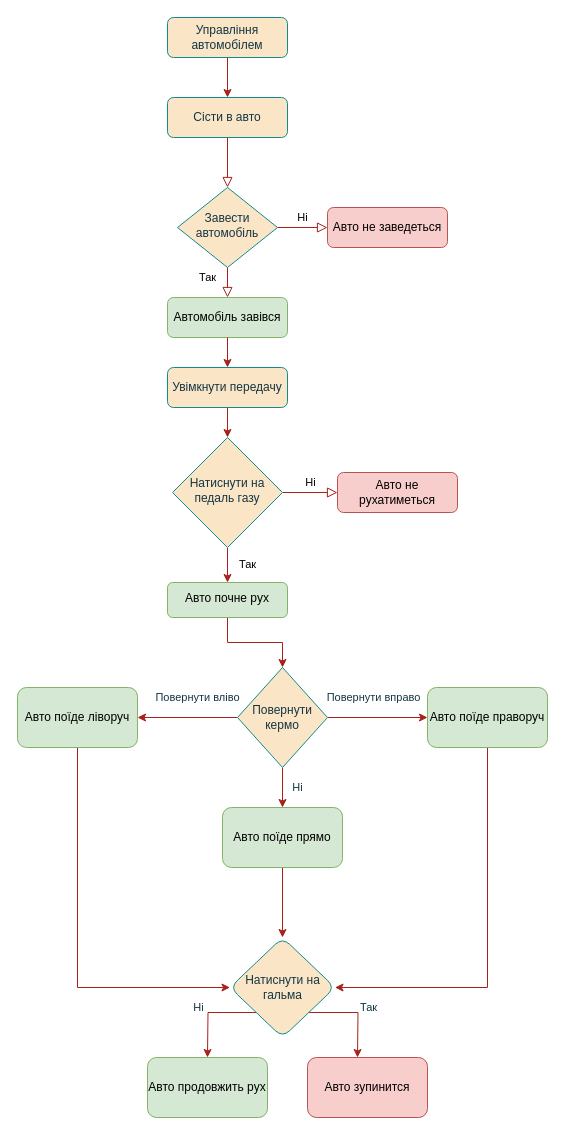
The draw.io diagram DZ/Chastyna1/Modul1/Zav1_Block_diagram.drawio in EddieEdisonTUT/PythonRep, before the edit. Source tidied: cells renumbered, new cells numbered last; positions are measured from the earlier drawing's top-left corner, leaving out a move shared by most shapes. Both pictures are drawn from the tidied source at 100%, with x=0, y=0 at pixel (17, 17).
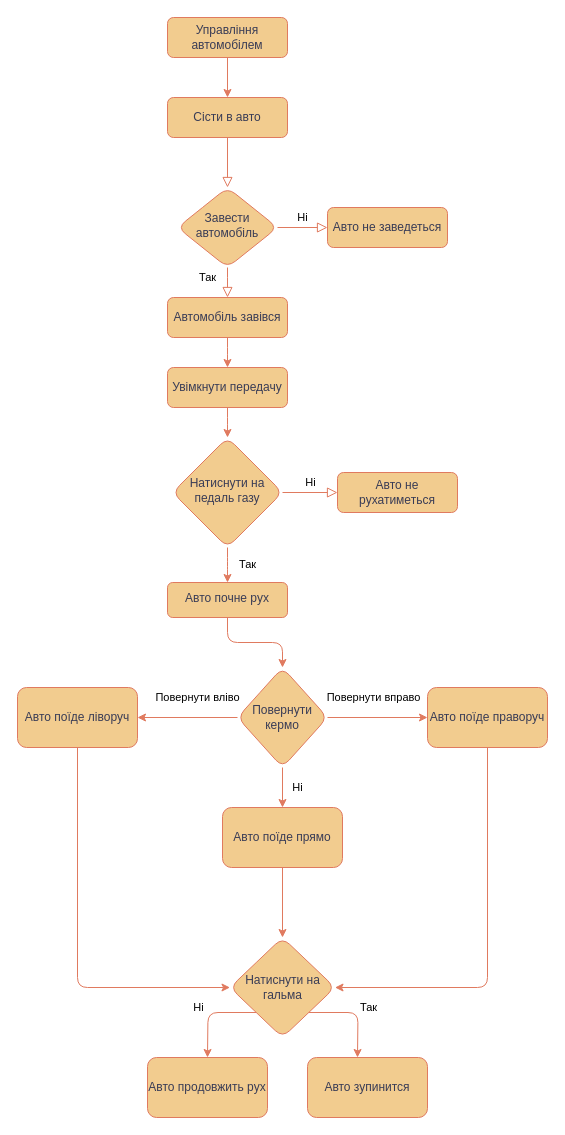
Above is the later version.

Diff of the diagram source:
```diff
@@
-    <mxCell id="2" style="rounded=0;html=1;jettySize=auto;fontSize=11;endArrow=block;endFill=0;endSize=8;strokeWidth=1;shadow=0;labelBackgroundColor=none;edgeStyle=orthogonalEdgeStyle;strokeColor=#A8201A;fontColor=default;" parent="1" edge="1" source="3" target="6">
+    <mxCell id="2" style="rounded=1;html=1;jettySize=auto;fontSize=11;endArrow=block;endFill=0;endSize=8;strokeWidth=1;shadow=0;labelBackgroundColor=none;edgeStyle=orthogonalEdgeStyle;fontColor=default;strokeColor=#E07A5F;" parent="1" edge="1" source="3" target="6">
       <mxGeometry relative="1" as="geometry" />
     </mxCell>
-    <mxCell id="3" value="Сісти в авто" style="rounded=1;whiteSpace=wrap;html=1;fontSize=12;glass=0;strokeWidth=1;shadow=0;labelBackgroundColor=none;fillColor=#FAE5C7;strokeColor=#0F8B8D;fontColor=#143642;" parent="1" vertex="1">
+    <mxCell id="3" value="Сісти в авто" style="rounded=1;whiteSpace=wrap;html=1;fontSize=12;glass=0;strokeWidth=1;shadow=0;labelBackgroundColor=none;fillColor=#F2CC8F;strokeColor=#E07A5F;fontColor=#393C56;" parent="1" vertex="1">
       <mxGeometry x="150" y="80" width="120" height="40" as="geometry" />
     </mxCell>
-    <mxCell id="4" value="Так" style="rounded=0;html=1;jettySize=auto;fontSize=11;endArrow=block;endFill=0;endSize=8;strokeWidth=1;shadow=0;labelBackgroundColor=none;edgeStyle=orthogonalEdgeStyle;entryX=0.5;entryY=0;entryDx=0;entryDy=0;strokeColor=#A8201A;fontColor=default;" parent="1" edge="1" source="6" target="12">
+    <mxCell id="4" value="Так" style="rounded=1;html=1;jettySize=auto;fontSize=11;endArrow=block;endFill=0;endSize=8;strokeWidth=1;shadow=0;labelBackgroundColor=none;edgeStyle=orthogonalEdgeStyle;entryX=0.5;entryY=0;entryDx=0;entryDy=0;fontColor=default;strokeColor=#E07A5F;" parent="1" edge="1" source="6" target="12">
       <mxGeometry x="0.2" y="-20" relative="1" as="geometry" />
     </mxCell>
-    <mxCell id="5" value="Ні" style="edgeStyle=orthogonalEdgeStyle;rounded=0;html=1;jettySize=auto;fontSize=11;endArrow=block;endFill=0;endSize=8;strokeWidth=1;shadow=0;labelBackgroundColor=none;strokeColor=#A8201A;fontColor=default;" parent="1" edge="1" source="6" target="7">
+    <mxCell id="5" value="Ні" style="edgeStyle=orthogonalEdgeStyle;rounded=1;html=1;jettySize=auto;fontSize=11;endArrow=block;endFill=0;endSize=8;strokeWidth=1;shadow=0;labelBackgroundColor=none;fontColor=default;strokeColor=#E07A5F;" parent="1" edge="1" source="6" target="7">
       <mxGeometry y="10" relative="1" as="geometry" />
     </mxCell>
-    <mxCell id="6" value="Завести автомобіль" style="rhombus;whiteSpace=wrap;html=1;shadow=0;fontFamily=Helvetica;fontSize=12;align=center;strokeWidth=1;spacing=6;spacingTop=-4;labelBackgroundColor=none;fillColor=#FAE5C7;strokeColor=#0F8B8D;fontColor=#143642;" parent="1" vertex="1">
+    <mxCell id="6" value="Завести автомобіль" style="rhombus;whiteSpace=wrap;html=1;shadow=0;fontFamily=Helvetica;fontSize=12;align=center;strokeWidth=1;spacing=6;spacingTop=-4;labelBackgroundColor=none;rounded=1;fillColor=#F2CC8F;strokeColor=#E07A5F;fontColor=#393C56;" parent="1" vertex="1">
       <mxGeometry x="160" y="170" width="100" height="80" as="geometry" />
     </mxCell>
-    <mxCell id="7" value="Авто не заведеться" style="rounded=1;whiteSpace=wrap;html=1;fontSize=12;glass=0;strokeWidth=1;shadow=0;labelBackgroundColor=none;fillColor=#f8cecc;strokeColor=#b85450;" parent="1" vertex="1">
+    <mxCell id="7" value="Авто не заведеться" style="rounded=1;whiteSpace=wrap;html=1;fontSize=12;glass=0;strokeWidth=1;shadow=0;labelBackgroundColor=none;fillColor=#F2CC8F;strokeColor=#E07A5F;fontColor=#393C56;" parent="1" vertex="1">
       <mxGeometry x="310" y="190" width="120" height="40" as="geometry" />
     </mxCell>
-    <mxCell id="8" value="Ні" style="edgeStyle=orthogonalEdgeStyle;rounded=0;html=1;jettySize=auto;fontSize=11;endArrow=block;endFill=0;endSize=8;strokeWidth=1;shadow=0;labelBackgroundColor=none;strokeColor=#A8201A;fontColor=default;" parent="1" edge="1" source="10" target="13">
+    <mxCell id="8" value="Ні" style="edgeStyle=orthogonalEdgeStyle;rounded=1;html=1;jettySize=auto;fontSize=11;endArrow=block;endFill=0;endSize=8;strokeWidth=1;shadow=0;labelBackgroundColor=none;fontColor=default;strokeColor=#E07A5F;" parent="1" edge="1" source="10" target="13">
       <mxGeometry y="10" relative="1" as="geometry" />
     </mxCell>
-    <mxCell id="9" value="Так" style="edgeStyle=orthogonalEdgeStyle;rounded=0;jettySize=auto;html=1;labelBackgroundColor=none;strokeColor=#A8201A;fontColor=default;" parent="1" edge="1" source="10" target="17">
+    <mxCell id="9" value="Так" style="edgeStyle=orthogonalEdgeStyle;rounded=1;jettySize=auto;html=1;labelBackgroundColor=none;fontColor=default;strokeColor=#E07A5F;" parent="1" edge="1" source="10" target="17">
       <mxGeometry y="-20" relative="1" as="geometry" />
     </mxCell>
-    <mxCell id="10" value="Натиснути на педаль газу" style="rhombus;whiteSpace=wrap;html=1;shadow=0;fontFamily=Helvetica;fontSize=12;align=center;strokeWidth=1;spacing=6;spacingTop=-4;labelBackgroundColor=none;fillColor=#FAE5C7;strokeColor=#0F8B8D;fontColor=#143642;" parent="1" vertex="1">
+    <mxCell id="10" value="Натиснути на педаль газу" style="rhombus;whiteSpace=wrap;html=1;shadow=0;fontFamily=Helvetica;fontSize=12;align=center;strokeWidth=1;spacing=6;spacingTop=-4;labelBackgroundColor=none;rounded=1;fillColor=#F2CC8F;strokeColor=#E07A5F;fontColor=#393C56;" parent="1" vertex="1">
       <mxGeometry x="155" y="420" width="110" height="110" as="geometry" />
     </mxCell>
-    <mxCell id="11" style="edgeStyle=orthogonalEdgeStyle;rounded=0;jettySize=auto;html=1;labelBackgroundColor=none;strokeColor=#A8201A;fontColor=default;" parent="1" edge="1" source="19" target="10">
+    <mxCell id="11" style="edgeStyle=orthogonalEdgeStyle;rounded=1;jettySize=auto;html=1;labelBackgroundColor=none;fontColor=default;strokeColor=#E07A5F;" parent="1" edge="1" source="19" target="10">
       <mxGeometry relative="1" as="geometry" />
     </mxCell>
-    <mxCell id="12" value="Автомобіль завівся" style="rounded=1;whiteSpace=wrap;html=1;fontSize=12;glass=0;strokeWidth=1;shadow=0;labelBackgroundColor=none;fillColor=#d5e8d4;strokeColor=#82b366;" parent="1" vertex="1">
+    <mxCell id="12" value="Автомобіль завівся" style="rounded=1;whiteSpace=wrap;html=1;fontSize=12;glass=0;strokeWidth=1;shadow=0;labelBackgroundColor=none;fillColor=#F2CC8F;strokeColor=#E07A5F;fontColor=#393C56;" parent="1" vertex="1">
       <mxGeometry x="150" y="280" width="120" height="40" as="geometry" />
     </mxCell>
-    <mxCell id="13" value="Авто не рухатиметься" style="rounded=1;whiteSpace=wrap;html=1;fontSize=12;glass=0;strokeWidth=1;shadow=0;labelBackgroundColor=none;fillColor=#f8cecc;strokeColor=#b85450;" parent="1" vertex="1">
+    <mxCell id="13" value="Авто не рухатиметься" style="rounded=1;whiteSpace=wrap;html=1;fontSize=12;glass=0;strokeWidth=1;shadow=0;labelBackgroundColor=none;fillColor=#F2CC8F;strokeColor=#E07A5F;fontColor=#393C56;" parent="1" vertex="1">
       <mxGeometry x="320" y="455" width="120" height="40" as="geometry" />
     </mxCell>
-    <mxCell id="14" style="edgeStyle=orthogonalEdgeStyle;rounded=0;jettySize=auto;html=1;labelBackgroundColor=none;strokeColor=#A8201A;fontColor=default;" parent="1" edge="1" source="15" target="3">
+    <mxCell id="14" style="edgeStyle=orthogonalEdgeStyle;rounded=1;jettySize=auto;html=1;labelBackgroundColor=none;fontColor=default;strokeColor=#E07A5F;" parent="1" edge="1" source="15" target="3">
       <mxGeometry relative="1" as="geometry" />
     </mxCell>
-    <mxCell id="15" value="Управління автомобілем" style="rounded=1;whiteSpace=wrap;html=1;fontSize=12;glass=0;strokeWidth=1;shadow=0;labelBackgroundColor=none;fillColor=#FAE5C7;strokeColor=#0F8B8D;fontColor=#143642;" parent="1" vertex="1">
+    <mxCell id="15" value="Управління автомобілем" style="rounded=1;whiteSpace=wrap;html=1;fontSize=12;glass=0;strokeWidth=1;shadow=0;labelBackgroundColor=none;fillColor=#F2CC8F;strokeColor=#E07A5F;fontColor=#393C56;" parent="1" vertex="1">
       <mxGeometry x="150" width="120" height="40" as="geometry" />
     </mxCell>
-    <mxCell id="16" style="edgeStyle=orthogonalEdgeStyle;rounded=0;jettySize=auto;html=1;strokeColor=#A8201A;fontColor=#143642;fillColor=#FAE5C7;entryX=0.5;entryY=0;entryDx=0;entryDy=0;" parent="1" edge="1" source="17" target="23">
+    <mxCell id="16" style="edgeStyle=orthogonalEdgeStyle;rounded=1;jettySize=auto;html=1;fontColor=default;entryX=0.5;entryY=0;entryDx=0;entryDy=0;labelBackgroundColor=none;strokeColor=#E07A5F;" parent="1" edge="1" source="17" target="23">
       <mxGeometry relative="1" as="geometry" />
     </mxCell>
-    <mxCell id="17" value="Авто почне рух" style="rounded=1;whiteSpace=wrap;html=1;shadow=0;strokeWidth=1;spacing=6;spacingTop=-4;labelBackgroundColor=none;fillColor=#d5e8d4;strokeColor=#82b366;" parent="1" vertex="1">
+    <mxCell id="17" value="Авто почне рух" style="rounded=1;whiteSpace=wrap;html=1;shadow=0;strokeWidth=1;spacing=6;spacingTop=-4;labelBackgroundColor=none;fillColor=#F2CC8F;strokeColor=#E07A5F;fontColor=#393C56;" parent="1" vertex="1">
       <mxGeometry x="150" y="565" width="120" height="35" as="geometry" />
     </mxCell>
-    <mxCell id="18" style="edgeStyle=orthogonalEdgeStyle;rounded=0;jettySize=auto;html=1;labelBackgroundColor=none;strokeColor=#A8201A;fontColor=default;" parent="1" edge="1" source="12" target="19">
+    <mxCell id="18" style="edgeStyle=orthogonalEdgeStyle;rounded=1;jettySize=auto;html=1;labelBackgroundColor=none;fontColor=default;strokeColor=#E07A5F;" parent="1" edge="1" source="12" target="19">
       <mxGeometry relative="1" as="geometry" />
     </mxCell>
-    <mxCell id="19" value="Увімкнути передачу" style="rounded=1;whiteSpace=wrap;html=1;strokeColor=#0F8B8D;fontColor=#143642;fillColor=#FAE5C7;" parent="1" vertex="1">
+    <mxCell id="19" value="Увімкнути передачу" style="rounded=1;whiteSpace=wrap;html=1;labelBackgroundColor=none;fillColor=#F2CC8F;strokeColor=#E07A5F;fontColor=#393C56;" parent="1" vertex="1">
       <mxGeometry x="150" y="350" width="120" height="40" as="geometry" />
     </mxCell>
-    <mxCell id="20" value="Повернути вліво" style="edgeStyle=orthogonalEdgeStyle;rounded=0;jettySize=auto;html=1;strokeColor=#A8201A;fontColor=#143642;fillColor=#FAE5C7;" parent="1" edge="1" source="23" target="25">
+    <mxCell id="20" value="Повернути вліво" style="edgeStyle=orthogonalEdgeStyle;rounded=1;jettySize=auto;html=1;fontColor=default;labelBackgroundColor=none;strokeColor=#E07A5F;" parent="1" edge="1" source="23" target="25">
       <mxGeometry x="-0.2" y="-20" relative="1" as="geometry" />
     </mxCell>
-    <mxCell id="21" value="Повернути вправо" style="edgeStyle=orthogonalEdgeStyle;rounded=0;jettySize=auto;html=1;strokeColor=#A8201A;fontColor=#143642;fillColor=#FAE5C7;" parent="1" edge="1" source="23" target="27">
+    <mxCell id="21" value="Повернути вправо" style="edgeStyle=orthogonalEdgeStyle;rounded=1;jettySize=auto;html=1;fontColor=default;labelBackgroundColor=none;strokeColor=#E07A5F;" parent="1" edge="1" source="23" target="27">
       <mxGeometry x="-0.09" y="20" relative="1" as="geometry" />
     </mxCell>
-    <mxCell id="22" value="Ні" style="edgeStyle=orthogonalEdgeStyle;rounded=0;jettySize=auto;html=1;strokeColor=#A8201A;fontColor=#143642;fillColor=#FAE5C7;" parent="1" edge="1" source="23" target="29">
+    <mxCell id="22" value="Ні" style="edgeStyle=orthogonalEdgeStyle;rounded=1;jettySize=auto;html=1;fontColor=default;labelBackgroundColor=none;strokeColor=#E07A5F;" parent="1" edge="1" source="23" target="29">
       <mxGeometry y="15" relative="1" as="geometry" />
     </mxCell>
-    <mxCell id="23" value="Повернути кермо" style="rhombus;whiteSpace=wrap;html=1;strokeColor=#0F8B8D;fontColor=#143642;fillColor=#FAE5C7;" parent="1" vertex="1">
+    <mxCell id="23" value="Повернути кермо" style="rhombus;whiteSpace=wrap;html=1;rounded=1;labelBackgroundColor=none;fillColor=#F2CC8F;strokeColor=#E07A5F;fontColor=#393C56;" parent="1" vertex="1">
       <mxGeometry x="220" y="650" width="90" height="100" as="geometry" />
     </mxCell>
-    <mxCell id="24" style="edgeStyle=orthogonalEdgeStyle;rounded=0;jettySize=auto;html=1;exitX=0.5;exitY=1;exitDx=0;exitDy=0;entryX=0;entryY=0.5;entryDx=0;entryDy=0;strokeColor=#A8201A;fontColor=#143642;fillColor=#FAE5C7;" parent="1" edge="1" source="25" target="32">
+    <mxCell id="24" style="edgeStyle=orthogonalEdgeStyle;rounded=1;jettySize=auto;html=1;exitX=0.5;exitY=1;exitDx=0;exitDy=0;entryX=0;entryY=0.5;entryDx=0;entryDy=0;fontColor=default;labelBackgroundColor=none;strokeColor=#E07A5F;" parent="1" edge="1" source="25" target="32">
       <mxGeometry relative="1" as="geometry" />
     </mxCell>
-    <mxCell id="25" value="Авто поїде ліворуч" style="rounded=1;whiteSpace=wrap;html=1;fillColor=#d5e8d4;strokeColor=#82b366;" parent="1" vertex="1">
+    <mxCell id="25" value="Авто поїде ліворуч" style="rounded=1;whiteSpace=wrap;html=1;labelBackgroundColor=none;fillColor=#F2CC8F;strokeColor=#E07A5F;fontColor=#393C56;" parent="1" vertex="1">
       <mxGeometry y="670" width="120" height="60" as="geometry" />
     </mxCell>
-    <mxCell id="26" style="edgeStyle=orthogonalEdgeStyle;rounded=0;jettySize=auto;html=1;exitX=0.5;exitY=1;exitDx=0;exitDy=0;entryX=1;entryY=0.5;entryDx=0;entryDy=0;strokeColor=#A8201A;fontColor=#143642;fillColor=#FAE5C7;" parent="1" edge="1" source="27" target="32">
+    <mxCell id="26" style="edgeStyle=orthogonalEdgeStyle;rounded=1;jettySize=auto;html=1;exitX=0.5;exitY=1;exitDx=0;exitDy=0;entryX=1;entryY=0.5;entryDx=0;entryDy=0;fontColor=default;labelBackgroundColor=none;strokeColor=#E07A5F;" parent="1" edge="1" source="27" target="32">
       <mxGeometry relative="1" as="geometry" />
     </mxCell>
-    <mxCell id="27" value="Авто поїде праворуч" style="rounded=1;whiteSpace=wrap;html=1;fillColor=#d5e8d4;strokeColor=#82b366;" parent="1" vertex="1">
+    <mxCell id="27" value="Авто поїде праворуч" style="rounded=1;whiteSpace=wrap;html=1;labelBackgroundColor=none;fillColor=#F2CC8F;strokeColor=#E07A5F;fontColor=#393C56;" parent="1" vertex="1">
       <mxGeometry x="410" y="670" width="120" height="60" as="geometry" />
     </mxCell>
-    <mxCell id="28" style="edgeStyle=orthogonalEdgeStyle;rounded=0;jettySize=auto;html=1;strokeColor=#A8201A;fontColor=#143642;fillColor=#FAE5C7;" parent="1" edge="1" source="29" target="32">
+    <mxCell id="28" style="edgeStyle=orthogonalEdgeStyle;rounded=1;jettySize=auto;html=1;fontColor=default;labelBackgroundColor=none;strokeColor=#E07A5F;" parent="1" edge="1" source="29" target="32">
       <mxGeometry relative="1" as="geometry" />
     </mxCell>
-    <mxCell id="29" value="Авто поїде прямо" style="rounded=1;whiteSpace=wrap;html=1;fillColor=#d5e8d4;strokeColor=#82b366;" parent="1" vertex="1">
+    <mxCell id="29" value="Авто поїде прямо" style="rounded=1;whiteSpace=wrap;html=1;labelBackgroundColor=none;fillColor=#F2CC8F;strokeColor=#E07A5F;fontColor=#393C56;" parent="1" vertex="1">
       <mxGeometry x="205" y="790" width="120" height="60" as="geometry" />
     </mxCell>
-    <mxCell id="30" value="Ні" style="edgeStyle=orthogonalEdgeStyle;rounded=0;jettySize=auto;html=1;exitX=0;exitY=1;exitDx=0;exitDy=0;strokeColor=#A8201A;fontColor=#143642;fillColor=#FAE5C7;" parent="1" edge="1" source="32">
+    <mxCell id="30" value="Ні" style="edgeStyle=orthogonalEdgeStyle;rounded=1;jettySize=auto;html=1;exitX=0;exitY=1;exitDx=0;exitDy=0;fontColor=default;labelBackgroundColor=none;strokeColor=#E07A5F;" parent="1" edge="1" source="32">
       <mxGeometry x="0.04" y="-11" relative="1" as="geometry">
         <mxPoint x="190" y="1040" as="targetPoint" />
         <mxPoint x="1" y="-5" as="offset" />
       </mxGeometry>
     </mxCell>
-    <mxCell id="31" value="Так" style="edgeStyle=orthogonalEdgeStyle;rounded=0;jettySize=auto;html=1;exitX=1;exitY=1;exitDx=0;exitDy=0;strokeColor=#A8201A;fontColor=#143642;fillColor=#FAE5C7;" parent="1" edge="1" source="32">
+    <mxCell id="31" value="Так" style="edgeStyle=orthogonalEdgeStyle;rounded=1;jettySize=auto;html=1;exitX=1;exitY=1;exitDx=0;exitDy=0;fontColor=default;labelBackgroundColor=none;strokeColor=#E07A5F;" parent="1" edge="1" source="32">
       <mxGeometry x="0.04" y="11" relative="1" as="geometry">
         <mxPoint x="340" y="1040" as="targetPoint" />
         <mxPoint x="-1" y="-5" as="offset" />
       </mxGeometry>
     </mxCell>
-    <mxCell id="32" value="Натиснути на гальма" style="rhombus;whiteSpace=wrap;html=1;fillColor=#FAE5C7;strokeColor=#0F8B8D;fontColor=#143642;rounded=1;" parent="1" vertex="1">
+    <mxCell id="32" value="Натиснути на гальма" style="rhombus;whiteSpace=wrap;html=1;rounded=1;labelBackgroundColor=none;fillColor=#F2CC8F;strokeColor=#E07A5F;fontColor=#393C56;" parent="1" vertex="1">
       <mxGeometry x="212.5" y="920" width="105" height="100" as="geometry" />
     </mxCell>
-    <mxCell id="33" value="Авто зупинится" style="rounded=1;whiteSpace=wrap;html=1;strokeColor=#b85450;fillColor=#f8cecc;" parent="1" vertex="1">
+    <mxCell id="33" value="Авто зупинится" style="rounded=1;whiteSpace=wrap;html=1;labelBackgroundColor=none;fillColor=#F2CC8F;strokeColor=#E07A5F;fontColor=#393C56;" parent="1" vertex="1">
       <mxGeometry x="290" y="1040" width="120" height="60" as="geometry" />
     </mxCell>
-    <mxCell id="34" value="Авто продовжить рух" style="rounded=1;whiteSpace=wrap;html=1;strokeColor=#82b366;fillColor=#d5e8d4;" parent="1" vertex="1">
+    <mxCell id="34" value="Авто продовжить рух" style="rounded=1;whiteSpace=wrap;html=1;labelBackgroundColor=none;fillColor=#F2CC8F;strokeColor=#E07A5F;fontColor=#393C56;" parent="1" vertex="1">
       <mxGeometry x="130" y="1040" width="120" height="60" as="geometry" />
     </mxCell>
```
